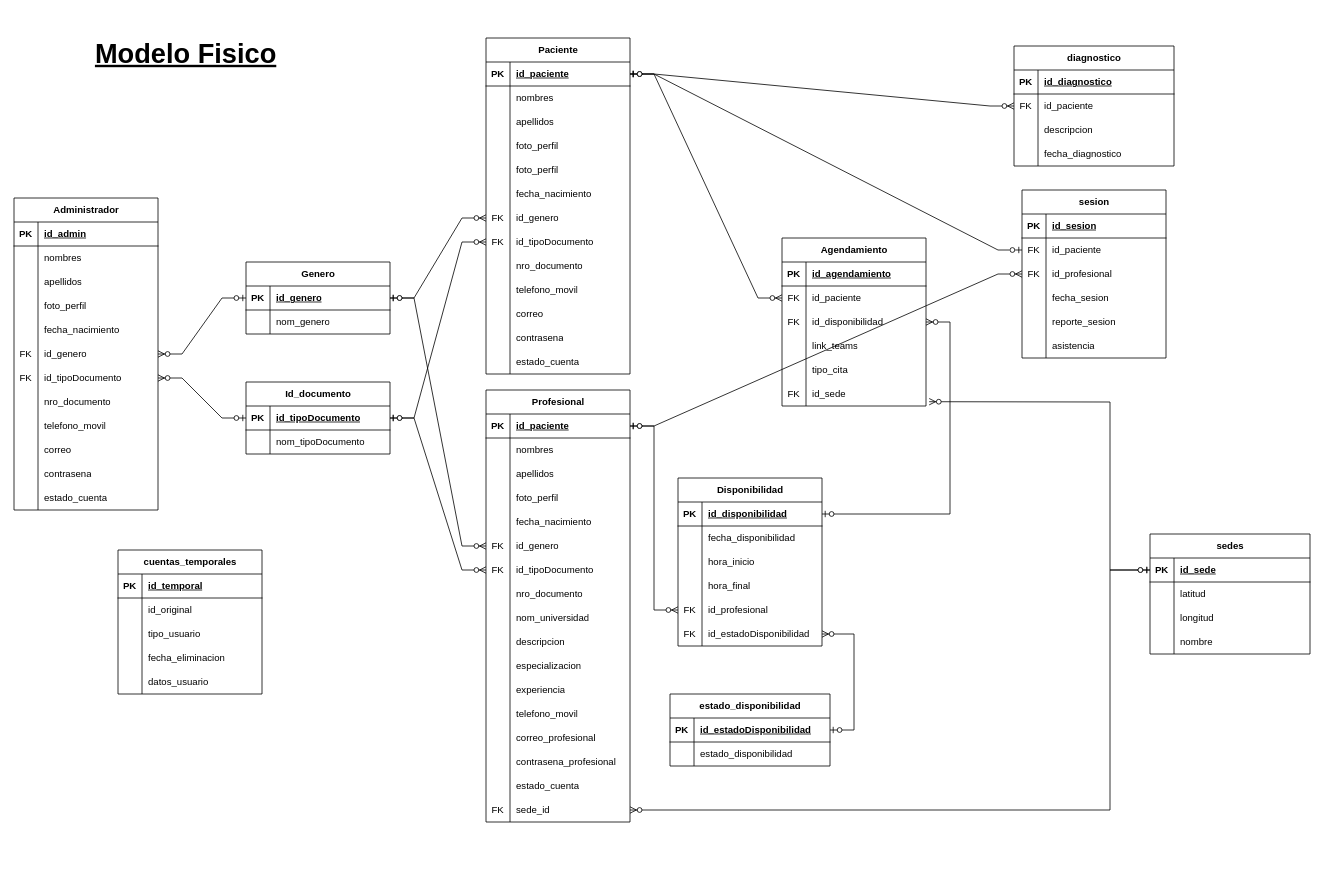
Above: page "modelo_fisico" (3 of 3) of model.drawio in kevinlixx/kuhtone (draw.io), before the change. Source tidied: cells renumbered, new cells numbered last; positions are measured from the earlier drawing's top-left corner, leaving out a move shared by most shapes. Both pictures are drawn from the tidied source at 80%, with x=0, y=0 at pixel (14, 14).
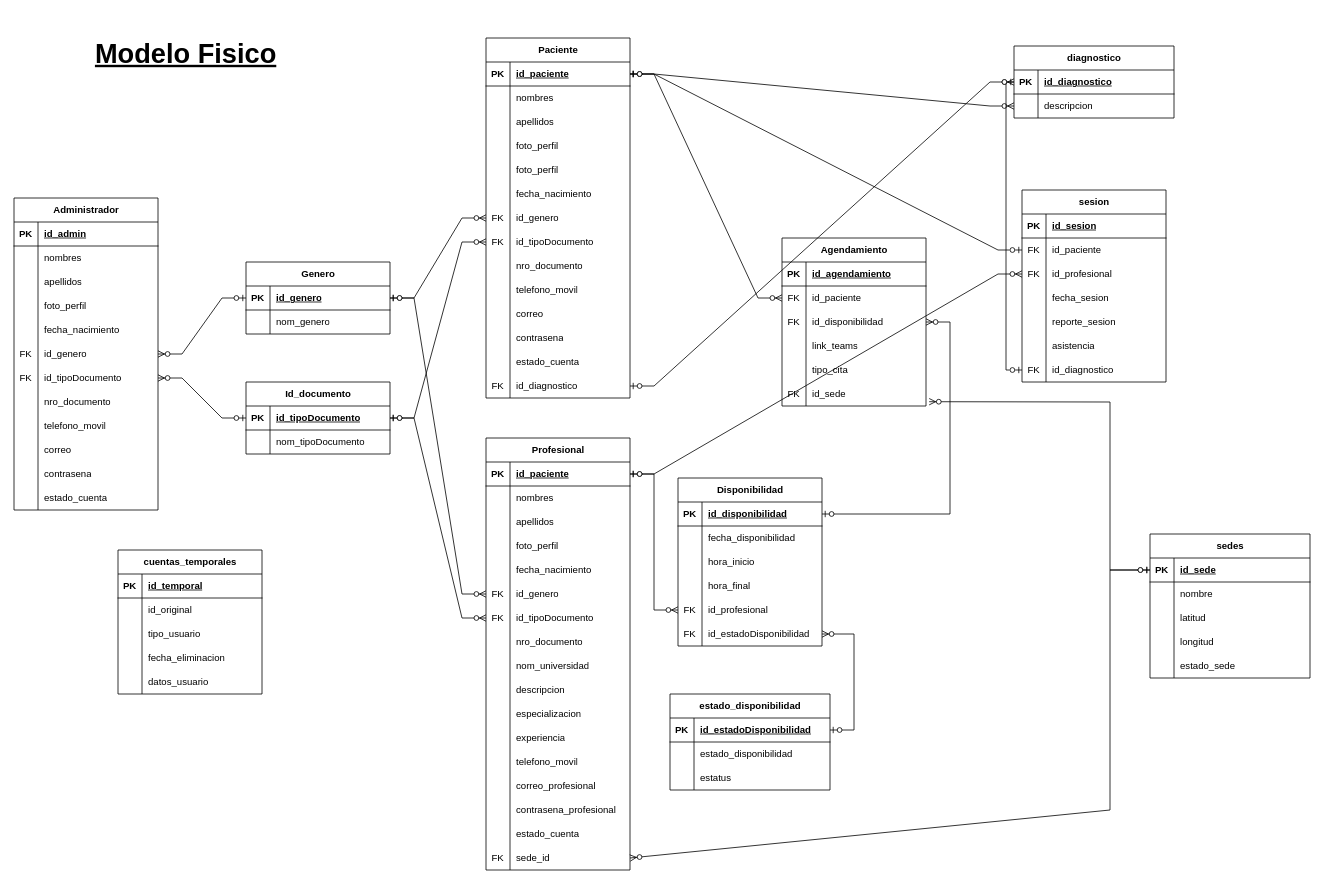
The same diagram, later.

Unchanged cells that the change refers to:
```xml
<mxCell id="256" style="shape=tableRow;horizontal=0;startSize=0;swimlaneHead=0;swimlaneBody=0;fillColor=none;points=[[0,0.5],[1,0.5]];portConstraint=eastwest;top=0;left=0;right=0;bottom=1;" parent="255" vertex="1">
  <mxGeometry y="30" width="200" height="30" as="geometry" />
</mxCell>
<mxCell id="259" style="shape=tableRow;horizontal=0;startSize=0;swimlaneHead=0;swimlaneBody=0;fillColor=none;points=[[0,0.5],[1,0.5]];portConstraint=eastwest;top=0;left=0;right=0;bottom=0;" parent="255" vertex="1">
  <mxGeometry y="60" width="200" height="30" as="geometry" />
</mxCell>
```

Change to the diagram source:
```diff
@@
     <mxCell id="2" value="Profesional" style="shape=table;startSize=30;childLayout=tableLayout;rowLines=0;fontStyle=1;align=center;html=1;" parent="1" vertex="1">
-      <mxGeometry x="590" y="470" width="180" height="540" as="geometry" />
+      <mxGeometry x="590" y="530" width="180" height="540" as="geometry" />
     </mxCell>
@@
     <mxCell id="87" value="estado_disponibilidad" style="shape=table;startSize=30;childLayout=tableLayout;rowLines=0;fontStyle=1;align=center;html=1;" parent="1" vertex="1">
-      <mxGeometry x="820" y="850" width="200" height="90" as="geometry" />
+      <mxGeometry x="820" y="850" width="200" height="120" as="geometry" />
     </mxCell>
@@
+    <mxCell id="262" style="shape=tableRow;horizontal=0;startSize=0;swimlaneHead=0;swimlaneBody=0;fillColor=none;top=0;left=0;right=0;bottom=0;" parent="87" vertex="1">
+      <mxGeometry y="90" width="200" height="30" as="geometry" />
+    </mxCell>
+    <mxCell id="269" style="shape=partialRectangle;fillColor=none;top=0;left=0;bottom=0;right=0;overflow=hidden;whiteSpace=wrap;html=1;" parent="262" vertex="1">
+      <mxGeometry width="30" height="30" as="geometry" />
+    </mxCell>
+    <mxCell id="270" value="estatus" style="shape=partialRectangle;fillColor=none;top=0;left=0;bottom=0;right=0;align=left;spacingLeft=6;overflow=hidden;whiteSpace=wrap;html=1;" parent="262" vertex="1">
+      <mxGeometry x="30" width="170" height="30" as="geometry" />
+    </mxCell>
@@
     <mxCell id="152" value="Paciente" style="shape=table;startSize=30;childLayout=tableLayout;rowLines=0;fontStyle=1;align=center;html=1;" parent="1" vertex="1">
-      <mxGeometry x="590" y="30" width="180" height="420" as="geometry" />
+      <mxGeometry x="590" y="30" width="180" height="450" as="geometry" />
     </mxCell>
@@
+    <mxCell id="271" style="shape=tableRow;horizontal=0;startSize=0;swimlaneHead=0;swimlaneBody=0;fillColor=none;points=[[0,0.5],[1,0.5]];portConstraint=eastwest;top=0;left=0;right=0;bottom=0;" parent="152" vertex="1">
+      <mxGeometry y="420" width="180" height="30" as="geometry" />
+    </mxCell>
+    <mxCell id="272" value="FK" style="shape=partialRectangle;fillColor=none;top=0;left=0;bottom=0;right=0;overflow=hidden;whiteSpace=wrap;html=1;" parent="271" vertex="1">
+      <mxGeometry width="30" height="30" as="geometry" />
+    </mxCell>
+    <mxCell id="273" value="id_diagnostico" style="shape=partialRectangle;fillColor=none;top=0;left=0;bottom=0;right=0;align=left;spacingLeft=6;overflow=hidden;whiteSpace=wrap;html=1;" parent="271" vertex="1">
+      <mxGeometry x="30" width="150" height="30" as="geometry" />
+    </mxCell>
@@
     <mxCell id="219" value="sedes" style="shape=table;startSize=30;childLayout=tableLayout;rowLines=0;fontStyle=1;align=center;html=1;" parent="1" vertex="1">
-      <mxGeometry x="1420" y="650" width="200" height="150" as="geometry" />
+      <mxGeometry x="1420" y="650" width="200" height="180" as="geometry" />
     </mxCell>
@@
+    <mxCell id="229" style="shape=tableRow;horizontal=0;startSize=0;swimlaneHead=0;swimlaneBody=0;fillColor=none;top=0;left=0;right=0;bottom=0;" parent="219" vertex="1">
+      <mxGeometry y="60" width="200" height="30" as="geometry" />
+    </mxCell>
+    <mxCell id="230" style="shape=partialRectangle;fillColor=none;top=0;left=0;bottom=0;right=0;overflow=hidden;whiteSpace=wrap;html=1;" parent="229" vertex="1">
+      <mxGeometry width="30" height="30" as="geometry" />
+    </mxCell>
+    <mxCell id="231" value="nombre" style="shape=partialRectangle;fillColor=none;top=0;left=0;bottom=0;right=0;align=left;spacingLeft=6;overflow=hidden;whiteSpace=wrap;html=1;" parent="229" vertex="1">
+      <mxGeometry x="30" width="170" height="30" as="geometry" />
+    </mxCell>
     <mxCell id="223" style="shape=tableRow;horizontal=0;startSize=0;swimlaneHead=0;swimlaneBody=0;fillColor=none;top=0;left=0;right=0;bottom=0;" parent="219" vertex="1">
-      <mxGeometry y="60" width="200" height="30" as="geometry" />
+      <mxGeometry y="90" width="200" height="30" as="geometry" />
     </mxCell>
@@
     <mxCell id="226" style="shape=tableRow;horizontal=0;startSize=0;swimlaneHead=0;swimlaneBody=0;fillColor=none;top=0;left=0;right=0;bottom=0;" parent="219" vertex="1">
-      <mxGeometry y="90" width="200" height="30" as="geometry" />
+      <mxGeometry y="120" width="200" height="30" as="geometry" />
     </mxCell>
@@
-    <mxCell id="229" style="shape=tableRow;horizontal=0;startSize=0;swimlaneHead=0;swimlaneBody=0;fillColor=none;top=0;left=0;right=0;bottom=0;" parent="219" vertex="1">
-      <mxGeometry y="120" width="200" height="30" as="geometry" />
-    </mxCell>
-    <mxCell id="230" style="shape=partialRectangle;fillColor=none;top=0;left=0;bottom=0;right=0;overflow=hidden;whiteSpace=wrap;html=1;" parent="229" vertex="1">
-      <mxGeometry width="30" height="30" as="geometry" />
-    </mxCell>
-    <mxCell id="231" value="nombre" style="shape=partialRectangle;fillColor=none;top=0;left=0;bottom=0;right=0;align=left;spacingLeft=6;overflow=hidden;whiteSpace=wrap;html=1;" parent="229" vertex="1">
-      <mxGeometry x="30" width="170" height="30" as="geometry" />
-    </mxCell>
+    <mxCell id="274" style="shape=tableRow;horizontal=0;startSize=0;swimlaneHead=0;swimlaneBody=0;fillColor=none;top=0;left=0;right=0;bottom=0;" parent="219" vertex="1">
+      <mxGeometry y="150" width="200" height="30" as="geometry" />
+    </mxCell>
+    <mxCell id="275" style="shape=partialRectangle;fillColor=none;top=0;left=0;bottom=0;right=0;overflow=hidden;whiteSpace=wrap;html=1;" parent="274" vertex="1">
+      <mxGeometry width="30" height="30" as="geometry" />
+    </mxCell>
+    <mxCell id="276" value="estado_sede" style="shape=partialRectangle;fillColor=none;top=0;left=0;bottom=0;right=0;align=left;spacingLeft=6;overflow=hidden;whiteSpace=wrap;html=1;" parent="274" vertex="1">
+      <mxGeometry x="30" width="170" height="30" as="geometry" />
+    </mxCell>
@@
     <mxCell id="236" value="sesion" style="shape=table;startSize=30;childLayout=tableLayout;rowLines=0;fontStyle=1;align=center;html=1;" parent="1" vertex="1">
-      <mxGeometry x="1260" y="220" width="180" height="210" as="geometry" />
+      <mxGeometry x="1260" y="220" width="180" height="240" as="geometry" />
     </mxCell>
@@
+    <mxCell id="277" style="shape=tableRow;horizontal=0;startSize=0;swimlaneHead=0;swimlaneBody=0;fillColor=none;points=[[0,0.5],[1,0.5]];portConstraint=eastwest;top=0;left=0;right=0;bottom=0;" parent="236" vertex="1">
+      <mxGeometry y="210" width="180" height="30" as="geometry" />
+    </mxCell>
+    <mxCell id="278" value="FK" style="shape=partialRectangle;fillColor=none;top=0;left=0;bottom=0;right=0;overflow=hidden;whiteSpace=wrap;html=1;" parent="277" vertex="1">
+      <mxGeometry width="30" height="30" as="geometry" />
+    </mxCell>
+    <mxCell id="279" value="id_diagnostico" style="shape=partialRectangle;fillColor=none;top=0;left=0;bottom=0;right=0;align=left;spacingLeft=6;overflow=hidden;whiteSpace=wrap;html=1;" parent="277" vertex="1">
+      <mxGeometry x="30" width="150" height="30" as="geometry" />
+    </mxCell>
     <mxCell id="255" value="diagnostico" style="shape=table;startSize=30;childLayout=tableLayout;rowLines=0;fontStyle=1;align=center;html=1;" parent="1" vertex="1">
-      <mxGeometry x="1250" y="40" width="200" height="150" as="geometry" />
+      <mxGeometry x="1250" y="40" width="200" height="90" as="geometry" />
     </mxCell>
@@
-    <mxCell id="260" value="FK" style="shape=partialRectangle;fillColor=none;top=0;left=0;bottom=0;right=0;overflow=hidden;whiteSpace=wrap;html=1;" parent="259" vertex="1">
+    <mxCell id="260" style="shape=partialRectangle;fillColor=none;top=0;left=0;bottom=0;right=0;overflow=hidden;whiteSpace=wrap;html=1;" parent="259" vertex="1">
       <mxGeometry width="30" height="30" as="geometry" />
     </mxCell>
-    <mxCell id="261" value="id_paciente" style="shape=partialRectangle;fillColor=none;top=0;left=0;bottom=0;right=0;align=left;spacingLeft=6;overflow=hidden;whiteSpace=wrap;html=1;" parent="259" vertex="1">
+    <mxCell id="261" value="descripcion" style="shape=partialRectangle;fillColor=none;top=0;left=0;bottom=0;right=0;align=left;spacingLeft=6;overflow=hidden;whiteSpace=wrap;html=1;" parent="259" vertex="1">
       <mxGeometry x="30" width="170" height="30" as="geometry" />
     </mxCell>
-    <mxCell id="262" style="shape=tableRow;horizontal=0;startSize=0;swimlaneHead=0;swimlaneBody=0;fillColor=none;top=0;left=0;right=0;bottom=0;" parent="255" vertex="1">
-      <mxGeometry y="90" width="200" height="30" as="geometry" />
-    </mxCell>
-    <mxCell id="263" style="shape=partialRectangle;fillColor=none;top=0;left=0;bottom=0;right=0;overflow=hidden;whiteSpace=wrap;html=1;" parent="262" vertex="1">
-      <mxGeometry width="30" height="30" as="geometry" />
-    </mxCell>
-    <mxCell id="264" value="descripcion" style="shape=partialRectangle;fillColor=none;top=0;left=0;bottom=0;right=0;align=left;spacingLeft=6;overflow=hidden;whiteSpace=wrap;html=1;" parent="262" vertex="1">
-      <mxGeometry x="30" width="170" height="30" as="geometry" />
-    </mxCell>
-    <mxCell id="265" style="shape=tableRow;horizontal=0;startSize=0;swimlaneHead=0;swimlaneBody=0;fillColor=none;top=0;left=0;right=0;bottom=0;" parent="255" vertex="1">
-      <mxGeometry y="120" width="200" height="30" as="geometry" />
-    </mxCell>
-    <mxCell id="266" style="shape=partialRectangle;fillColor=none;top=0;left=0;bottom=0;right=0;overflow=hidden;whiteSpace=wrap;html=1;" parent="265" vertex="1">
-      <mxGeometry width="30" height="30" as="geometry" />
-    </mxCell>
-    <mxCell id="267" value="fecha_diagnostico" style="shape=partialRectangle;fillColor=none;top=0;left=0;bottom=0;right=0;align=left;spacingLeft=6;overflow=hidden;whiteSpace=wrap;html=1;" parent="265" vertex="1">
-      <mxGeometry x="30" width="170" height="30" as="geometry" />
-    </mxCell>
@@
+    <mxCell id="280" style="fontSize=12;html=1;endArrow=ERzeroToOne;startArrow=ERzeroToOne;rounded=0;exitX=0;exitY=0.5;exitDx=0;exitDy=0;entryX=0;entryY=0.5;entryDx=0;entryDy=0;endFill=0;edgeStyle=orthogonalEdgeStyle;" parent="1" edge="1" source="256" target="277">
+      <mxGeometry relative="1" as="geometry" />
+    </mxCell>
+    <mxCell id="281" style="fontSize=12;html=1;endArrow=ERzeroToMany;startArrow=ERzeroToOne;rounded=0;exitX=1;exitY=0.5;exitDx=0;exitDy=0;entryX=0;entryY=0.5;entryDx=0;entryDy=0;edgeStyle=entityRelationEdgeStyle;" parent="1" edge="1" source="271" target="256">
+      <mxGeometry relative="1" as="geometry" />
+    </mxCell>
```
